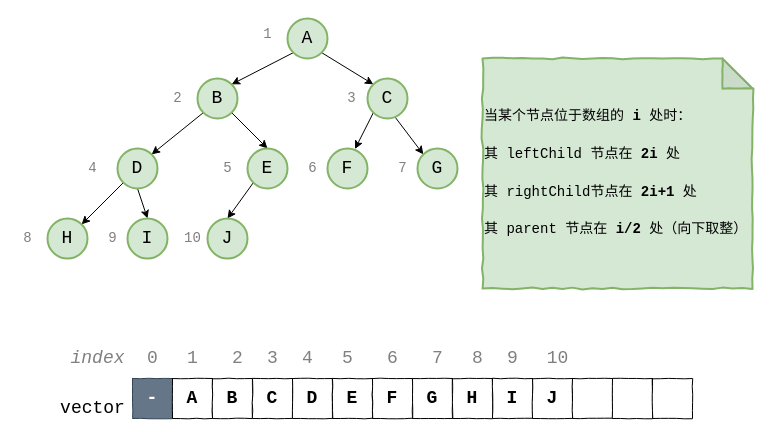
JoyChenNo1/JoyChenNo1.github.io keeps this draw.io diagram as BlogImages/STL/binary-heap.drawio. Above is the earlier version. Source tidied: cells renumbered, new cells numbered last; positions are measured from the earlier drawing's top-left corner, leaving out a move shared by most shapes. Both pictures are drawn from the tidied source at 100%, with x=0, y=0 at pixel (17, 18).
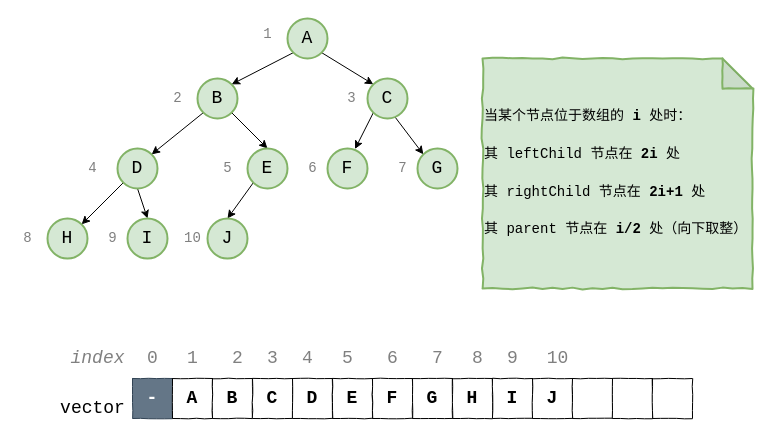
Above is the later version.

The edit, as a diff of the source:
```diff
@@
-    <mxCell id="58" value="&lt;p style=&quot;line-height: 170%&quot;&gt;当某个节点位于数组的 &lt;b&gt;i&lt;/b&gt; 处时：&lt;/p&gt;&lt;p style=&quot;line-height: 170%&quot;&gt;其 leftChild 节点在 &lt;b&gt;2i&lt;/b&gt; 处&lt;/p&gt;&lt;p style=&quot;line-height: 170%&quot;&gt;其 rightChild节点在 &lt;b&gt;2i+1&lt;/b&gt; 处&lt;/p&gt;&lt;p style=&quot;line-height: 170%&quot;&gt;其 parent 节点在 &lt;b&gt;i/2&lt;/b&gt; 处（向下取整）&lt;/p&gt;" style="shape=note;whiteSpace=wrap;html=1;backgroundOutline=1;darkOpacity=0.05;comic=1;jiggle=2;fontFamily=Courier New;fontSize=14;strokeWidth=2;fillColor=#d5e8d4;strokeColor=#82b366;align=left;" parent="1" vertex="1">
+    <mxCell id="58" value="&lt;p style=&quot;line-height: 170%&quot;&gt;当某个节点位于数组的 &lt;b&gt;i&lt;/b&gt; 处时：&lt;/p&gt;&lt;p style=&quot;line-height: 170%&quot;&gt;其 leftChild 节点在 &lt;b&gt;2i&lt;/b&gt; 处&lt;/p&gt;&lt;p style=&quot;line-height: 170%&quot;&gt;其 rightChild 节点在 &lt;b&gt;2i+1&lt;/b&gt; 处&lt;/p&gt;&lt;p style=&quot;line-height: 170%&quot;&gt;其 parent 节点在 &lt;b&gt;i/2&lt;/b&gt; 处（向下取整）&lt;/p&gt;" style="shape=note;whiteSpace=wrap;html=1;backgroundOutline=1;darkOpacity=0.05;comic=1;jiggle=2;fontFamily=Courier New;fontSize=14;strokeWidth=2;fillColor=#d5e8d4;strokeColor=#82b366;align=left;" parent="1" vertex="1">
       <mxGeometry x="465" y="40" width="270" height="230" as="geometry" />
     </mxCell>
```
